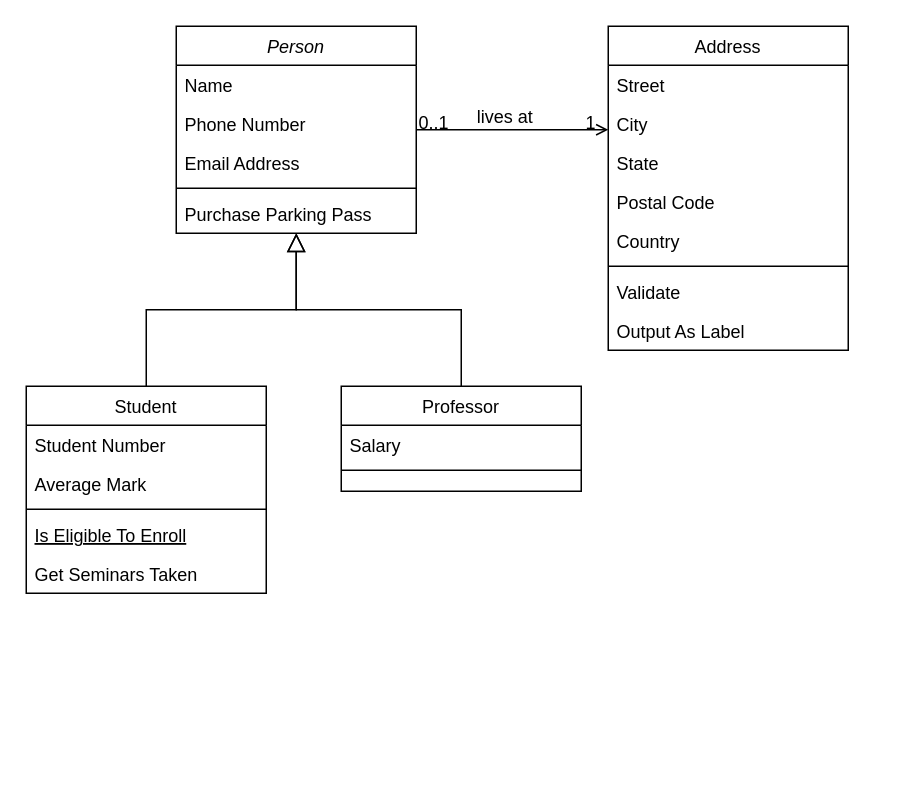
rogeliorodriguez27/lab-loja-de-libros-poo keeps this draw.io diagram as lojaLivros.drawio. Above is the earlier version. Source tidied: cells renumbered, new cells numbered last; positions are measured from the earlier drawing's top-left corner, leaving out a move shared by most shapes. Both pictures are drawn from the tidied source at 150%, with x=0, y=0 at pixel (26, 26).
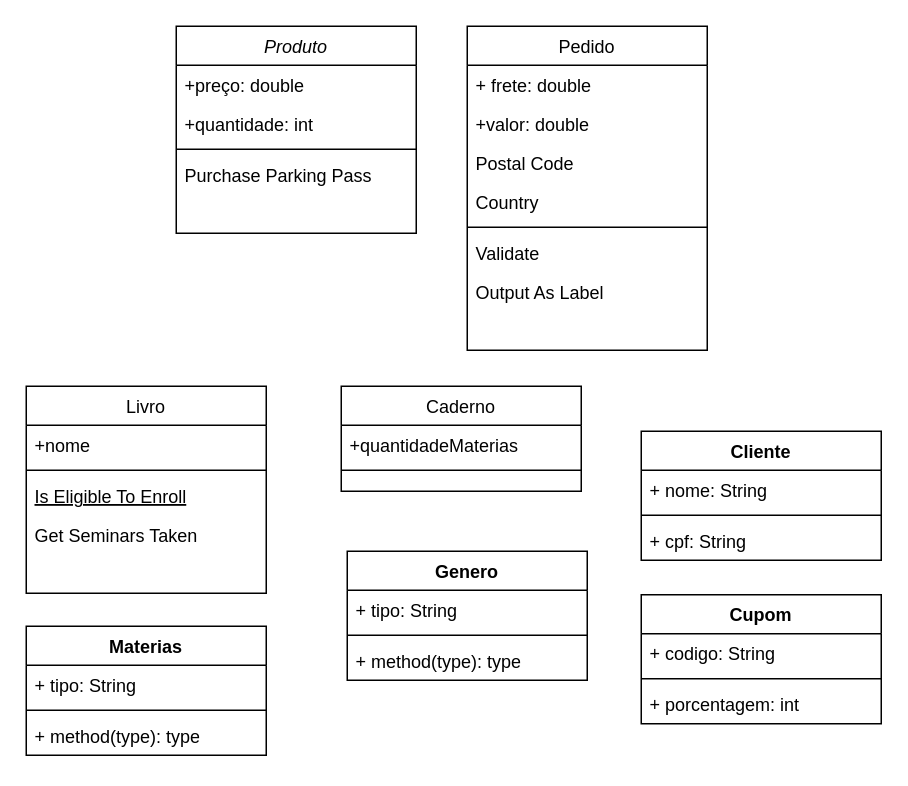
Above is the later version.

Change to the diagram source:
```diff
@@
-    <mxCell id="2" value="Person" style="swimlane;fontStyle=2;align=center;verticalAlign=top;horizontal=1;startSize=26;rounded=0;shadow=0;strokeWidth=1;" parent="1" vertex="1">
+    <mxCell id="2" value="Produto" style="swimlane;fontStyle=2;align=center;verticalAlign=top;horizontal=1;startSize=26;rounded=0;shadow=0;strokeWidth=1;" parent="1" vertex="1">
       <mxGeometry x="100" width="160" height="138" as="geometry" />
     </mxCell>
-    <mxCell id="3" value="Name" style="text;align=left;verticalAlign=top;spacingLeft=4;spacingRight=4;overflow=hidden;" parent="2" vertex="1">
+    <mxCell id="3" value="+preço: double" style="text;align=left;verticalAlign=top;spacingLeft=4;spacingRight=4;overflow=hidden;" parent="2" vertex="1">
       <mxGeometry y="26" width="160" height="26" as="geometry" />
     </mxCell>
-    <mxCell id="4" value="Phone Number" style="text;align=left;verticalAlign=top;spacingLeft=4;spacingRight=4;overflow=hidden;rounded=0;shadow=0;html=0;" parent="2" vertex="1">
+    <mxCell id="4" value="+quantidade: int" style="text;align=left;verticalAlign=top;spacingLeft=4;spacingRight=4;overflow=hidden;rounded=0;shadow=0;html=0;" parent="2" vertex="1">
       <mxGeometry y="52" width="160" height="26" as="geometry" />
     </mxCell>
-    <mxCell id="5" value="Email Address" style="text;align=left;verticalAlign=top;spacingLeft=4;spacingRight=4;overflow=hidden;rounded=0;shadow=0;html=0;" parent="2" vertex="1">
-      <mxGeometry y="78" width="160" height="26" as="geometry" />
-    </mxCell>
     <mxCell id="6" style="line;html=1;strokeWidth=1;align=left;verticalAlign=middle;spacingTop=-1;spacingLeft=3;spacingRight=3;labelPosition=right;" parent="2" vertex="1">
-      <mxGeometry y="104" width="160" height="8" as="geometry" />
+      <mxGeometry y="78" width="160" height="8" as="geometry" />
     </mxCell>
     <mxCell id="7" value="Purchase Parking Pass" style="text;align=left;verticalAlign=top;spacingLeft=4;spacingRight=4;overflow=hidden;" parent="2" vertex="1">
-      <mxGeometry y="112" width="160" height="26" as="geometry" />
+      <mxGeometry y="86" width="160" height="26" as="geometry" />
     </mxCell>
-    <mxCell id="8" value="Student" style="swimlane;fontStyle=0;align=center;verticalAlign=top;horizontal=1;startSize=26;rounded=0;shadow=0;strokeWidth=1;" parent="1" vertex="1">
+    <mxCell id="8" value="Livro" style="swimlane;fontStyle=0;align=center;verticalAlign=top;horizontal=1;startSize=26;rounded=0;shadow=0;strokeWidth=1;" parent="1" vertex="1">
       <mxGeometry y="240" width="160" height="138" as="geometry" />
     </mxCell>
-    <mxCell id="9" value="Student Number" style="text;align=left;verticalAlign=top;spacingLeft=4;spacingRight=4;overflow=hidden;" parent="8" vertex="1">
+    <mxCell id="9" value="+nome" style="text;align=left;verticalAlign=top;spacingLeft=4;spacingRight=4;overflow=hidden;" parent="8" vertex="1">
       <mxGeometry y="26" width="160" height="26" as="geometry" />
     </mxCell>
-    <mxCell id="10" value="Average Mark" style="text;align=left;verticalAlign=top;spacingLeft=4;spacingRight=4;overflow=hidden;rounded=0;shadow=0;html=0;" parent="8" vertex="1">
-      <mxGeometry y="52" width="160" height="26" as="geometry" />
-    </mxCell>
     <mxCell id="11" style="line;html=1;strokeWidth=1;align=left;verticalAlign=middle;spacingTop=-1;spacingLeft=3;spacingRight=3;labelPosition=right;" parent="8" vertex="1">
-      <mxGeometry y="78" width="160" height="8" as="geometry" />
+      <mxGeometry y="52" width="160" height="8" as="geometry" />
     </mxCell>
     <mxCell id="12" value="Is Eligible To Enroll" style="text;align=left;verticalAlign=top;spacingLeft=4;spacingRight=4;overflow=hidden;fontStyle=4;" parent="8" vertex="1">
-      <mxGeometry y="86" width="160" height="26" as="geometry" />
+      <mxGeometry y="60" width="160" height="26" as="geometry" />
     </mxCell>
     <mxCell id="13" value="Get Seminars Taken" style="text;align=left;verticalAlign=top;spacingLeft=4;spacingRight=4;overflow=hidden;" parent="8" vertex="1">
-      <mxGeometry y="112" width="160" height="26" as="geometry" />
+      <mxGeometry y="86" width="160" height="26" as="geometry" />
     </mxCell>
-    <mxCell id="14" style="endArrow=block;endSize=10;endFill=0;shadow=0;strokeWidth=1;rounded=0;curved=0;edgeStyle=elbowEdgeStyle;elbow=vertical;" parent="1" edge="1" source="8" target="2">
-      <mxGeometry relative="1" as="geometry" />
-    </mxCell>
-    <mxCell id="15" value="Professor" style="swimlane;fontStyle=0;align=center;verticalAlign=top;horizontal=1;startSize=26;rounded=0;shadow=0;strokeWidth=1;" parent="1" vertex="1">
+    <mxCell id="15" value="Caderno" style="swimlane;fontStyle=0;align=center;verticalAlign=top;horizontal=1;startSize=26;rounded=0;shadow=0;strokeWidth=1;" parent="1" vertex="1">
       <mxGeometry x="210" y="240" width="160" height="70" as="geometry" />
     </mxCell>
-    <mxCell id="16" value="Salary" style="text;align=left;verticalAlign=top;spacingLeft=4;spacingRight=4;overflow=hidden;" parent="15" vertex="1">
+    <mxCell id="16" value="+quantidadeMaterias" style="text;align=left;verticalAlign=top;spacingLeft=4;spacingRight=4;overflow=hidden;" parent="15" vertex="1">
       <mxGeometry y="26" width="160" height="26" as="geometry" />
     </mxCell>
@@
-    <mxCell id="18" style="endArrow=block;endSize=10;endFill=0;shadow=0;strokeWidth=1;rounded=0;curved=0;edgeStyle=elbowEdgeStyle;elbow=vertical;" parent="1" edge="1" source="15" target="2">
-      <mxGeometry relative="1" as="geometry" />
-    </mxCell>
-    <mxCell id="19" value="Address" style="swimlane;fontStyle=0;align=center;verticalAlign=top;horizontal=1;startSize=26;rounded=0;shadow=0;strokeWidth=1;" parent="1" vertex="1">
-      <mxGeometry x="388" width="160" height="216" as="geometry" />
+    <mxCell id="19" value="Pedido" style="swimlane;fontStyle=0;align=center;verticalAlign=top;horizontal=1;startSize=26;rounded=0;shadow=0;strokeWidth=1;" parent="1" vertex="1">
+      <mxGeometry x="294" width="160" height="216" as="geometry" />
     </mxCell>
-    <mxCell id="20" value="Street" style="text;align=left;verticalAlign=top;spacingLeft=4;spacingRight=4;overflow=hidden;" parent="19" vertex="1">
-      <mxGeometry y="26" width="160" height="26" as="geometry" />
-    </mxCell>
-    <mxCell id="21" value="City" style="text;align=left;verticalAlign=top;spacingLeft=4;spacingRight=4;overflow=hidden;rounded=0;shadow=0;html=0;" parent="19" vertex="1">
-      <mxGeometry y="52" width="160" height="26" as="geometry" />
+    <mxCell id="21" value="+ frete: double" style="text;align=left;verticalAlign=top;spacingLeft=4;spacingRight=4;overflow=hidden;rounded=0;shadow=0;html=0;" parent="19" vertex="1">
+      <mxGeometry y="26" width="160" height="26" as="geometry" />
     </mxCell>
-    <mxCell id="22" value="State" style="text;align=left;verticalAlign=top;spacingLeft=4;spacingRight=4;overflow=hidden;rounded=0;shadow=0;html=0;" parent="19" vertex="1">
-      <mxGeometry y="78" width="160" height="26" as="geometry" />
+    <mxCell id="22" value="+valor: double" style="text;align=left;verticalAlign=top;spacingLeft=4;spacingRight=4;overflow=hidden;rounded=0;shadow=0;html=0;" parent="19" vertex="1">
+      <mxGeometry y="52" width="160" height="26" as="geometry" />
     </mxCell>
     <mxCell id="23" value="Postal Code" style="text;align=left;verticalAlign=top;spacingLeft=4;spacingRight=4;overflow=hidden;rounded=0;shadow=0;html=0;" parent="19" vertex="1">
-      <mxGeometry y="104" width="160" height="26" as="geometry" />
+      <mxGeometry y="78" width="160" height="26" as="geometry" />
     </mxCell>
     <mxCell id="24" value="Country" style="text;align=left;verticalAlign=top;spacingLeft=4;spacingRight=4;overflow=hidden;rounded=0;shadow=0;html=0;" parent="19" vertex="1">
-      <mxGeometry y="130" width="160" height="26" as="geometry" />
+      <mxGeometry y="104" width="160" height="26" as="geometry" />
     </mxCell>
     <mxCell id="25" style="line;html=1;strokeWidth=1;align=left;verticalAlign=middle;spacingTop=-1;spacingLeft=3;spacingRight=3;labelPosition=right;" parent="19" vertex="1">
-      <mxGeometry y="156" width="160" height="8" as="geometry" />
+      <mxGeometry y="130" width="160" height="8" as="geometry" />
     </mxCell>
     <mxCell id="26" value="Validate" style="text;align=left;verticalAlign=top;spacingLeft=4;spacingRight=4;overflow=hidden;" parent="19" vertex="1">
-      <mxGeometry y="164" width="160" height="26" as="geometry" />
+      <mxGeometry y="138" width="160" height="26" as="geometry" />
     </mxCell>
     <mxCell id="27" value="Output As Label" style="text;align=left;verticalAlign=top;spacingLeft=4;spacingRight=4;overflow=hidden;" parent="19" vertex="1">
-      <mxGeometry y="190" width="160" height="26" as="geometry" />
+      <mxGeometry y="164" width="160" height="26" as="geometry" />
     </mxCell>
-    <mxCell id="28" style="endArrow=open;shadow=0;strokeWidth=1;rounded=0;curved=0;endFill=1;edgeStyle=elbowEdgeStyle;elbow=vertical;" parent="1" edge="1" source="2" target="19">
-      <mxGeometry x="0.5" y="41" relative="1" as="geometry">
-        <mxPoint x="-40" y="32" as="offset" />
-      </mxGeometry>
-    </mxCell>
-    <mxCell id="29" value="0..1" style="align=left;verticalAlign=bottom;labelBackgroundColor=none;fontSize=12;" parent="28" vertex="1">
-      <mxGeometry x="-1" relative="1" as="geometry">
-        <mxPoint y="4" as="offset" />
-      </mxGeometry>
-    </mxCell>
-    <mxCell id="30" value="1" style="align=right;verticalAlign=bottom;labelBackgroundColor=none;fontSize=12;" parent="28" vertex="1">
-      <mxGeometry x="1" relative="1" as="geometry">
-        <mxPoint x="-7" y="4" as="offset" />
-      </mxGeometry>
-    </mxCell>
-    <mxCell id="31" value="lives at" style="text;html=1;align=center;verticalAlign=middle;labelBackgroundColor=none;rounded=0;shadow=0;strokeWidth=1;fontSize=12;" parent="28" vertex="1">
-      <mxGeometry x="0.5" y="49" relative="1" as="geometry">
-        <mxPoint x="-38" y="40" as="offset" />
-      </mxGeometry>
-    </mxCell>
+    <mxCell id="32" value="Genero" style="swimlane;fontStyle=1;align=center;verticalAlign=top;horizontal=1;startSize=26;whiteSpace=wrap;html=1;" parent="1" vertex="1">
+      <mxGeometry x="214" y="350" width="160" height="86" as="geometry" />
+    </mxCell>
+    <mxCell id="33" value="+ tipo: String" style="text;strokeColor=none;fillColor=none;align=left;verticalAlign=top;spacingLeft=4;spacingRight=4;overflow=hidden;whiteSpace=wrap;html=1;" parent="32" vertex="1">
+      <mxGeometry y="26" width="160" height="26" as="geometry" />
+    </mxCell>
+    <mxCell id="34" style="line;strokeWidth=1;fillColor=none;align=left;verticalAlign=middle;spacingTop=-1;spacingLeft=3;spacingRight=3;labelPosition=right;strokeColor=inherit;" parent="32" vertex="1">
+      <mxGeometry y="52" width="160" height="8" as="geometry" />
+    </mxCell>
+    <mxCell id="35" value="+ method(type): type" style="text;strokeColor=none;fillColor=none;align=left;verticalAlign=top;spacingLeft=4;spacingRight=4;overflow=hidden;whiteSpace=wrap;html=1;" parent="32" vertex="1">
+      <mxGeometry y="60" width="160" height="26" as="geometry" />
+    </mxCell>
+    <mxCell id="36" value="Materias" style="swimlane;fontStyle=1;align=center;verticalAlign=top;horizontal=1;startSize=26;whiteSpace=wrap;html=1;" parent="1" vertex="1">
+      <mxGeometry y="400" width="160" height="86" as="geometry" />
+    </mxCell>
+    <mxCell id="37" value="+ tipo: String" style="text;strokeColor=none;fillColor=none;align=left;verticalAlign=top;spacingLeft=4;spacingRight=4;overflow=hidden;whiteSpace=wrap;html=1;" parent="36" vertex="1">
+      <mxGeometry y="26" width="160" height="26" as="geometry" />
+    </mxCell>
+    <mxCell id="38" style="line;strokeWidth=1;fillColor=none;align=left;verticalAlign=middle;spacingTop=-1;spacingLeft=3;spacingRight=3;labelPosition=right;strokeColor=inherit;" parent="36" vertex="1">
+      <mxGeometry y="52" width="160" height="8" as="geometry" />
+    </mxCell>
+    <mxCell id="39" value="+ method(type): type" style="text;strokeColor=none;fillColor=none;align=left;verticalAlign=top;spacingLeft=4;spacingRight=4;overflow=hidden;whiteSpace=wrap;html=1;" parent="36" vertex="1">
+      <mxGeometry y="60" width="160" height="26" as="geometry" />
+    </mxCell>
+    <mxCell id="40" value="Cliente" style="swimlane;fontStyle=1;align=center;verticalAlign=top;horizontal=1;startSize=26;whiteSpace=wrap;html=1;" parent="1" vertex="1">
+      <mxGeometry x="410" y="270" width="160" height="86" as="geometry" />
+    </mxCell>
+    <mxCell id="41" value="+ nome: String" style="text;strokeColor=none;fillColor=none;align=left;verticalAlign=top;spacingLeft=4;spacingRight=4;overflow=hidden;whiteSpace=wrap;html=1;" parent="40" vertex="1">
+      <mxGeometry y="26" width="160" height="26" as="geometry" />
+    </mxCell>
+    <mxCell id="42" style="line;strokeWidth=1;fillColor=none;align=left;verticalAlign=middle;spacingTop=-1;spacingLeft=3;spacingRight=3;labelPosition=right;strokeColor=inherit;" parent="40" vertex="1">
+      <mxGeometry y="52" width="160" height="8" as="geometry" />
+    </mxCell>
+    <mxCell id="43" value="+ cpf: String" style="text;strokeColor=none;fillColor=none;align=left;verticalAlign=top;spacingLeft=4;spacingRight=4;overflow=hidden;whiteSpace=wrap;html=1;" parent="40" vertex="1">
+      <mxGeometry y="60" width="160" height="26" as="geometry" />
+    </mxCell>
+    <mxCell id="44" value="Cupom" style="swimlane;fontStyle=1;align=center;verticalAlign=top;horizontal=1;startSize=26;whiteSpace=wrap;html=1;" parent="1" vertex="1">
+      <mxGeometry x="410" y="379" width="160" height="86" as="geometry" />
+    </mxCell>
+    <mxCell id="45" value="+ codigo: String" style="text;strokeColor=none;fillColor=none;align=left;verticalAlign=top;spacingLeft=4;spacingRight=4;overflow=hidden;whiteSpace=wrap;html=1;" parent="44" vertex="1">
+      <mxGeometry y="26" width="160" height="26" as="geometry" />
+    </mxCell>
+    <mxCell id="46" style="line;strokeWidth=1;fillColor=none;align=left;verticalAlign=middle;spacingTop=-1;spacingLeft=3;spacingRight=3;labelPosition=right;strokeColor=inherit;" parent="44" vertex="1">
+      <mxGeometry y="52" width="160" height="8" as="geometry" />
+    </mxCell>
+    <mxCell id="47" value="+ porcentagem: int" style="text;strokeColor=none;fillColor=none;align=left;verticalAlign=top;spacingLeft=4;spacingRight=4;overflow=hidden;whiteSpace=wrap;html=1;" parent="44" vertex="1">
+      <mxGeometry y="60" width="160" height="26" as="geometry" />
+    </mxCell>
```
